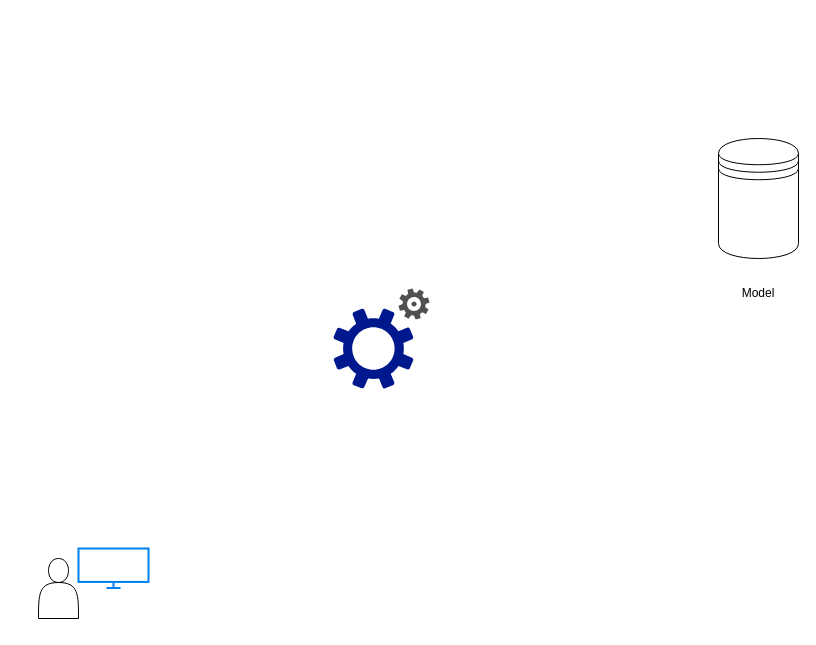
Siluearsene/borne_biometrique keeps this draw.io diagram as static/Diagramme sans nom.drawio. Above is the earlier version. Source tidied: cells renumbered, new cells numbered last; positions are measured from the earlier drawing's top-left corner, leaving out a move shared by most shapes. Both pictures are drawn from the tidied source at 100%, with x=0, y=0 at pixel (38, 138).
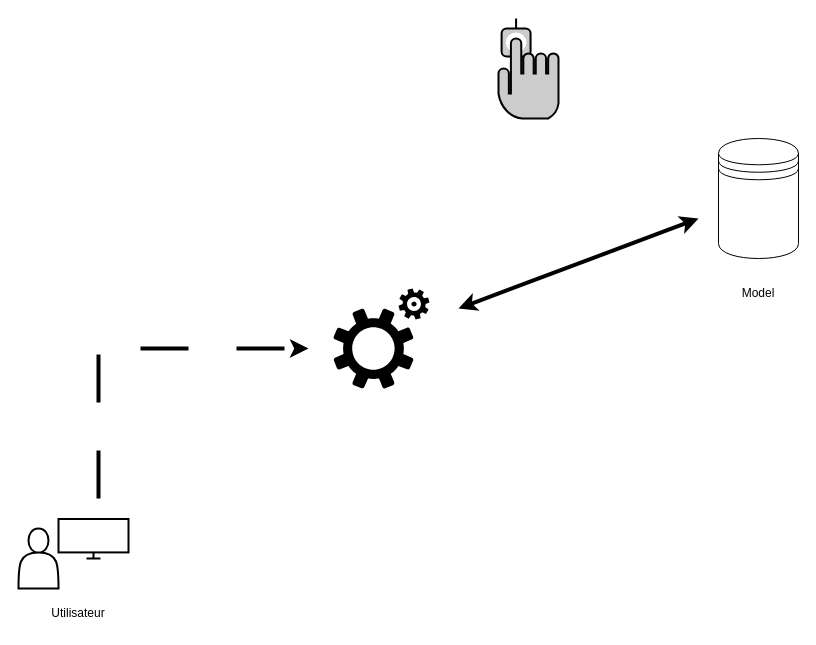
The same page after the edit.

Commit message (it also covers changes not shown here):
Mettre à jour Diagramme sans nom.drawio

The edit, as a diff of the source:
```diff
@@
 <mxGraphModel>
   <root>
     <mxCell id="0" />
     <mxCell id="1" parent="0" />
     <mxCell id="2" style="shape=datastore;whiteSpace=wrap;html=1;" parent="1" vertex="1">
       <mxGeometry x="680" width="80" height="120" as="geometry" />
     </mxCell>
     <mxCell id="3" value="Model" style="text;html=1;strokeColor=none;fillColor=none;align=center;verticalAlign=middle;whiteSpace=wrap;rounded=0;" parent="1" vertex="1">
       <mxGeometry x="690" y="140" width="60" height="30" as="geometry" />
     </mxCell>
-    <mxCell id="4" style="sketch=0;shadow=0;dashed=0;html=1;strokeColor=none;fillColor=#505050;labelPosition=center;verticalLabelPosition=bottom;verticalAlign=top;align=center;shape=mxgraph.office.concepts.settings_office_365;" parent="1" vertex="1">
+    <mxCell id="4" style="sketch=0;shadow=0;dashed=0;html=1;strokeColor=none;fillColor=#000000;labelPosition=center;verticalLabelPosition=bottom;verticalAlign=top;align=center;shape=mxgraph.office.concepts.settings_office_365;" parent="1" vertex="1">
       <mxGeometry x="360" y="150" width="31" height="31" as="geometry" />
     </mxCell>
-    <mxCell id="5" style="sketch=0;shadow=0;dashed=0;html=1;strokeColor=none;labelPosition=center;verticalLabelPosition=bottom;verticalAlign=top;align=center;fillColor=#00188D;shape=mxgraph.mscae.enterprise.settings;" parent="1" vertex="1">
+    <mxCell id="5" style="sketch=0;shadow=0;dashed=0;html=1;strokeColor=none;labelPosition=center;verticalLabelPosition=bottom;verticalAlign=top;align=center;fillColor=#000000;shape=mxgraph.mscae.enterprise.settings;" parent="1" vertex="1">
       <mxGeometry x="295" y="170" width="80" height="80" as="geometry" />
     </mxCell>
-    <mxCell id="6" style="shape=actor;whiteSpace=wrap;html=1;" parent="1" vertex="1">
-      <mxGeometry y="420" width="40" height="60" as="geometry" />
+    <mxCell id="6" style="shape=actor;whiteSpace=wrap;html=1;strokeColor=#000000;strokeWidth=2;" parent="1" vertex="1">
+      <mxGeometry x="-20" y="390" width="40" height="60" as="geometry" />
     </mxCell>
-    <mxCell id="7" style="html=1;verticalLabelPosition=bottom;align=center;labelBackgroundColor=#ffffff;verticalAlign=top;strokeWidth=2;strokeColor=#0080F0;shadow=0;dashed=0;shape=mxgraph.ios7.icons.monitor;" parent="1" vertex="1">
-      <mxGeometry x="40" y="410" width="70" height="39.5" as="geometry" />
+    <mxCell id="7" style="html=1;verticalLabelPosition=bottom;align=center;labelBackgroundColor=#ffffff;verticalAlign=top;strokeWidth=2;strokeColor=#000000;shadow=0;dashed=0;shape=mxgraph.ios7.icons.monitor;" parent="1" vertex="1">
+      <mxGeometry x="20" y="380.5" width="70" height="39.5" as="geometry" />
     </mxCell>
+    <mxCell id="8" style="fontColor=#0066CC;verticalAlign=top;verticalLabelPosition=bottom;labelPosition=center;align=center;html=1;fillColor=#CCCCCC;strokeColor=#000000;gradientColor=none;gradientDirection=north;strokeWidth=2;shape=mxgraph.networks.biometric_reader;" parent="1" vertex="1">
+      <mxGeometry x="460" y="-120" width="60" height="100" as="geometry" />
+    </mxCell>
+    <mxCell id="9" style="endArrow=classic;startArrow=classic;html=1;rounded=0;strokeWidth=4;" parent="1" edge="1">
+      <mxGeometry relative="1" as="geometry">
+        <mxPoint x="420" y="170" as="sourcePoint" />
+        <mxPoint x="660" y="80" as="targetPoint" />
+      </mxGeometry>
+    </mxCell>
+    <mxCell id="10" style="endArrow=classic;html=1;rounded=0;dashed=1;dashPattern=12 12;strokeWidth=4;" parent="1" edge="1">
+      <mxGeometry relative="1" as="geometry">
+        <mxPoint x="60" y="360" as="sourcePoint" />
+        <mxPoint x="270" y="210" as="targetPoint" />
+        <Array as="points">
+          <mxPoint x="60" y="210" />
+        </Array>
+      </mxGeometry>
+    </mxCell>
+    <mxCell id="11" value="Utilisateur" style="text;html=1;strokeColor=none;fillColor=none;align=center;verticalAlign=middle;whiteSpace=wrap;rounded=0;" parent="1" vertex="1">
+      <mxGeometry x="10" y="460" width="60" height="30" as="geometry" />
+    </mxCell>
   </root>
 </mxGraphModel>
```
